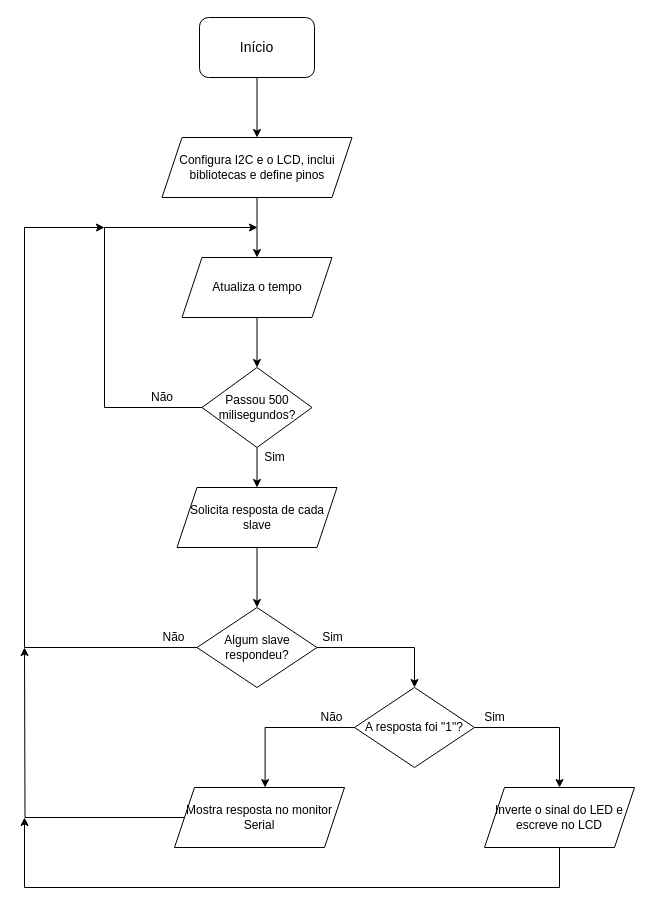
Above: MASTERFluxogram.drawio in MDSBC/ESP32_Master_And_MultiplesSlaves (draw.io), before the change. Source tidied: cells renumbered, new cells numbered last; positions are measured from the earlier drawing's top-left corner, leaving out a move shared by most shapes. Both pictures are drawn from the tidied source at 100%, with x=0, y=0 at pixel (24, 17).
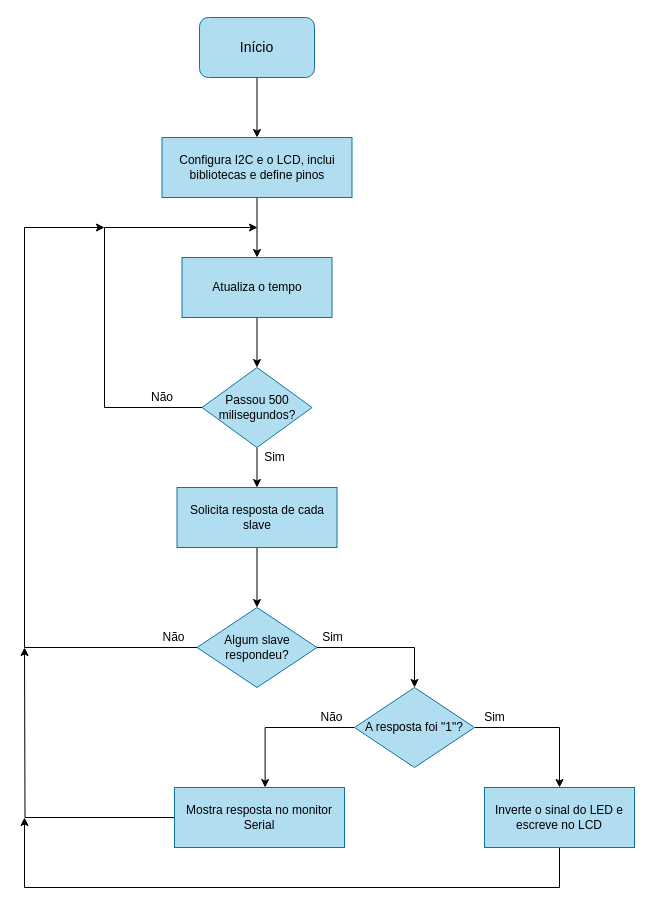
Above is the later version.

The edit, as a diff of the source:
```diff
@@
-    <mxCell id="3" value="&lt;font style=&quot;font-size: 14px&quot;&gt;Iní&lt;/font&gt;&lt;font style=&quot;font-size: 14px&quot;&gt;cio&lt;/font&gt;" style="rounded=1;whiteSpace=wrap;html=1;" parent="1" vertex="1">
+    <mxCell id="3" value="&lt;font style=&quot;font-size: 14px&quot;&gt;Iní&lt;/font&gt;&lt;font style=&quot;font-size: 14px&quot;&gt;cio&lt;/font&gt;" style="rounded=1;whiteSpace=wrap;html=1;fillColor=#b1ddf0;strokeColor=#10739e;" parent="1" vertex="1">
       <mxGeometry x="175" width="115" height="60" as="geometry" />
     </mxCell>
@@
-    <mxCell id="5" value="Configura I2C e o LCD, inclui bibliotecas e define pinos" style="shape=parallelogram;perimeter=parallelogramPerimeter;fixedSize=1;align=center;whiteSpace=wrap;html=1;labelBorderColor=none;labelBackgroundColor=none;" parent="1" vertex="1">
+    <mxCell id="5" value="Configura I2C e o LCD, inclui bibliotecas e define pinos" style="rounded=0;whiteSpace=wrap;html=1;fixedSize=1;align=center;whiteSpace=wrap;html=1;labelBorderColor=none;labelBackgroundColor=none;fillColor=#b1ddf0;strokeColor=#10739e;" parent="1" vertex="1">
       <mxGeometry x="137.5" y="120" width="190" height="60" as="geometry" />
     </mxCell>
@@
-    <mxCell id="8" value="Passou 500 milisegundos?" style="rhombus;whiteSpace=wrap;html=1;" parent="1" vertex="1">
+    <mxCell id="8" value="Passou 500 milisegundos?" style="rhombus;whiteSpace=wrap;html=1;fillColor=#b1ddf0;strokeColor=#10739e;" parent="1" vertex="1">
       <mxGeometry x="177.5" y="350" width="110" height="80" as="geometry" />
     </mxCell>
@@
-    <mxCell id="10" value="Atualiza o tempo" style="shape=parallelogram;perimeter=parallelogramPerimeter;whiteSpace=wrap;html=1;fixedSize=1;" parent="1" vertex="1">
+    <mxCell id="10" value="Atualiza o tempo" style="rounded=0;whiteSpace=wrap;html=1;whiteSpace=wrap;html=1;fixedSize=1;fillColor=#b1ddf0;strokeColor=#10739e;" parent="1" vertex="1">
       <mxGeometry x="157.5" y="240" width="150" height="60" as="geometry" />
     </mxCell>
@@
-    <mxCell id="14" value="Algum slave respondeu?" style="rhombus;whiteSpace=wrap;html=1;" parent="1" vertex="1">
+    <mxCell id="14" value="Algum slave respondeu?" style="rhombus;whiteSpace=wrap;html=1;fillColor=#b1ddf0;strokeColor=#10739e;" parent="1" vertex="1">
       <mxGeometry x="172.5" y="590" width="120" height="80" as="geometry" />
     </mxCell>
@@
-    <mxCell id="17" value="A resposta foi &quot;1&quot;?" style="rhombus;whiteSpace=wrap;html=1;" parent="1" vertex="1">
+    <mxCell id="17" value="A resposta foi &quot;1&quot;?" style="rhombus;whiteSpace=wrap;html=1;fillColor=#b1ddf0;strokeColor=#10739e;" parent="1" vertex="1">
       <mxGeometry x="330" y="670" width="120" height="80" as="geometry" />
     </mxCell>
@@
-    <mxCell id="19" value="Mostra resposta no monitor Serial" style="shape=parallelogram;perimeter=parallelogramPerimeter;whiteSpace=wrap;html=1;fixedSize=1;" parent="1" vertex="1">
+    <mxCell id="19" value="Mostra resposta no monitor Serial" style="rounded=0;whiteSpace=wrap;html=1;fillColor=#b1ddf0;strokeColor=#10739e;" parent="1" vertex="1">
       <mxGeometry x="150" y="770" width="170" height="60" as="geometry" />
     </mxCell>
-    <mxCell id="20" value="Sim" style="text;html=1;align=center;verticalAlign=middle;strokeColor=none;fillColor=none;" parent="1" vertex="1">
+    <mxCell id="20" value="Sim" style="text;html=1;align=center;verticalAlign=middle;" parent="1" vertex="1">
       <mxGeometry x="230" y="430" width="40" height="20" as="geometry" />
     </mxCell>
@@
-    <mxCell id="22" value="Solicita resposta de cada slave" style="shape=parallelogram;perimeter=parallelogramPerimeter;whiteSpace=wrap;html=1;fixedSize=1;" parent="1" vertex="1">
+    <mxCell id="22" value="Solicita resposta de cada slave" style="rounded=0;whiteSpace=wrap;html=1;whiteSpace=wrap;html=1;fixedSize=1;fillColor=#b1ddf0;strokeColor=#10739e;" parent="1" vertex="1">
       <mxGeometry x="152.5" y="470" width="160" height="60" as="geometry" />
     </mxCell>
@@
-    <mxCell id="24" value="Inverte o sinal do LED e escreve no LCD" style="shape=parallelogram;perimeter=parallelogramPerimeter;whiteSpace=wrap;html=1;fixedSize=1;" parent="1" vertex="1">
+    <mxCell id="24" value="Inverte o sinal do LED e escreve no LCD" style="rounded=0;whiteSpace=wrap;html=1;whiteSpace=wrap;html=1;fixedSize=1;fillColor=#b1ddf0;strokeColor=#10739e;" parent="1" vertex="1">
       <mxGeometry x="460" y="770" width="150" height="60" as="geometry" />
     </mxCell>
-    <mxCell id="25" value="Sim" style="text;html=1;align=center;verticalAlign=middle;strokeColor=none;fillColor=none;" parent="1" vertex="1">
+    <mxCell id="25" value="Sim" style="text;html=1;align=center;verticalAlign=middle;strokeWidth=0;" parent="1" vertex="1">
       <mxGeometry x="287.5" y="610" width="40" height="20" as="geometry" />
     </mxCell>
-    <mxCell id="26" value="Não" style="text;html=1;strokeColor=none;fillColor=none;align=center;verticalAlign=middle;whiteSpace=wrap;rounded=0;" parent="1" vertex="1">
+    <mxCell id="26" value="Não" style="text;html=1;align=center;verticalAlign=middle;whiteSpace=wrap;rounded=0;" parent="1" vertex="1">
       <mxGeometry x="117.5" y="605" width="62.5" height="30" as="geometry" />
     </mxCell>
-    <mxCell id="27" value="Sim" style="text;html=1;align=center;verticalAlign=middle;strokeColor=none;fillColor=none;" parent="1" vertex="1">
+    <mxCell id="27" value="Sim" style="text;html=1;align=center;verticalAlign=middle;" parent="1" vertex="1">
       <mxGeometry x="450" y="690" width="40" height="20" as="geometry" />
     </mxCell>
-    <mxCell id="28" value="Não" style="text;html=1;strokeColor=none;fillColor=none;align=center;verticalAlign=middle;whiteSpace=wrap;rounded=0;rotation=0;" parent="1" vertex="1">
+    <mxCell id="28" value="Não" style="text;html=1;align=center;verticalAlign=middle;whiteSpace=wrap;rounded=0;rotation=0;" parent="1" vertex="1">
       <mxGeometry x="276.2" y="685" width="62.5" height="30" as="geometry" />
     </mxCell>
```
